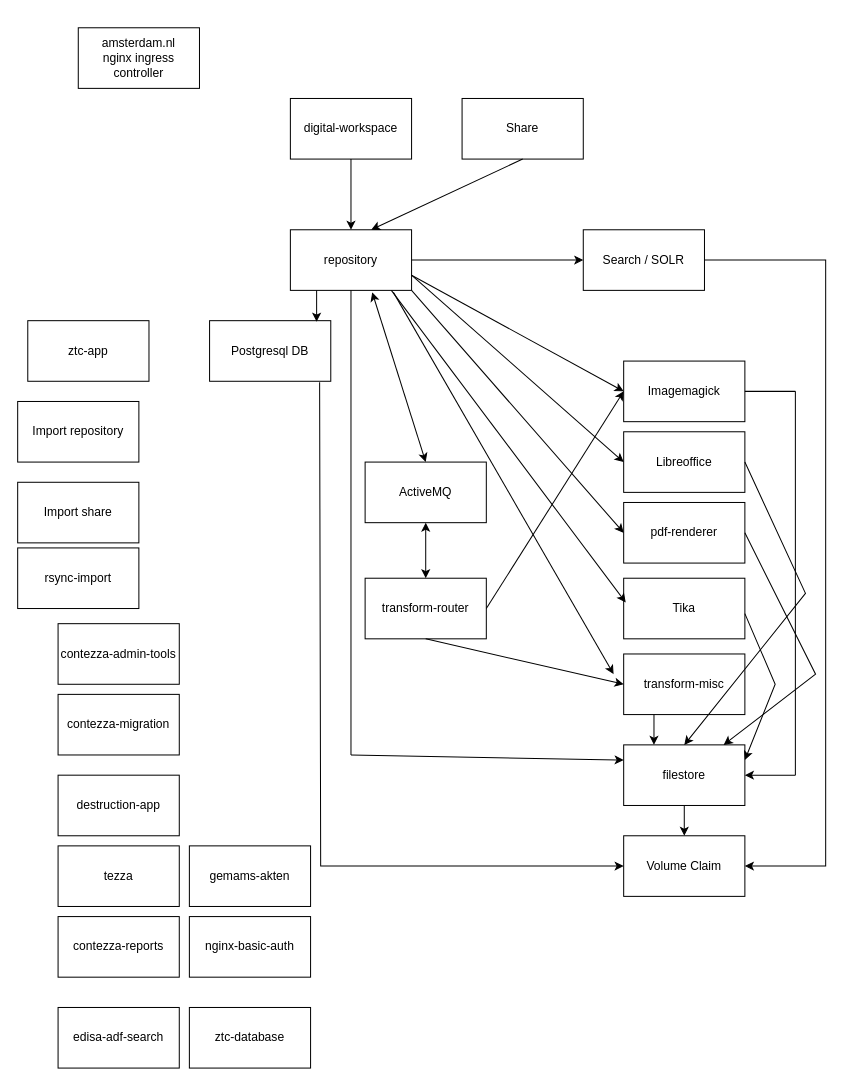
Above: Untitled Diagram.drawio in lobbrecht-capgemini/charts (draw.io), before the change. Source tidied: cells renumbered, new cells numbered last; positions are measured from the earlier drawing's top-left corner, leaving out a move shared by most shapes. Both pictures are drawn from the tidied source at 101%, with x=0, y=0 at pixel (17, 27).
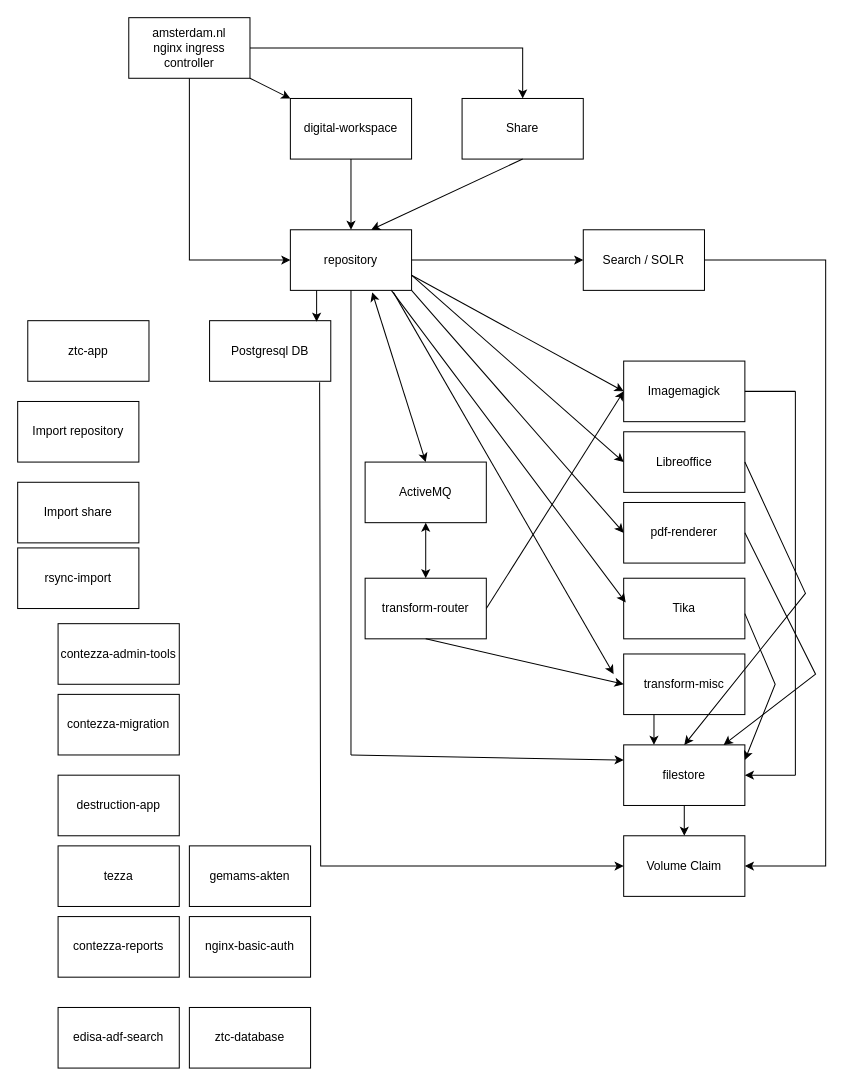
Above is the later version.

The change refers to these unchanged cells:
```xml
<mxCell id="2" value="Share" style="rounded=0;whiteSpace=wrap;html=1;" parent="1" vertex="1">
  <mxGeometry x="440" y="70" width="120" height="60" as="geometry" />
</mxCell>
<mxCell id="19" value="digital-workspace" style="rounded=0;whiteSpace=wrap;html=1;" parent="1" vertex="1">
  <mxGeometry x="270" y="70" width="120" height="60" as="geometry" />
</mxCell>
<mxCell id="28" value="repository" style="rounded=0;whiteSpace=wrap;html=1;" parent="1" vertex="1">
  <mxGeometry x="270" y="200" width="120" height="60" as="geometry" />
</mxCell>
```

Diff of the diagram source:
```diff
@@
     <mxCell id="54" value="amsterdam.nl&lt;br&gt;nginx ingress controller" style="rounded=0;whiteSpace=wrap;html=1;" parent="1" vertex="1">
-      <mxGeometry x="60" width="120" height="60" as="geometry" />
+      <mxGeometry x="110" y="-10" width="120" height="60" as="geometry" />
     </mxCell>
+    <mxCell id="55" style="endArrow=classic;html=1;rounded=0;entryX=0.5;entryY=0;entryDx=0;entryDy=0;" parent="1" edge="1" target="2">
+      <mxGeometry relative="1" as="geometry">
+        <mxPoint x="230" y="20" as="sourcePoint" />
+        <Array as="points">
+          <mxPoint x="500" y="20" />
+        </Array>
+      </mxGeometry>
+    </mxCell>
+    <mxCell id="56" style="endArrow=classic;html=1;rounded=0;entryX=0;entryY=0;entryDx=0;entryDy=0;exitX=1;exitY=1;exitDx=0;exitDy=0;" parent="1" edge="1" source="54" target="19">
+      <mxGeometry relative="1" as="geometry" />
+    </mxCell>
+    <mxCell id="57" style="endArrow=classic;html=1;rounded=0;exitX=0.5;exitY=1;exitDx=0;exitDy=0;entryX=0;entryY=0.5;entryDx=0;entryDy=0;" parent="1" edge="1" source="54" target="28">
+      <mxGeometry relative="1" as="geometry">
+        <Array as="points">
+          <mxPoint x="170" y="230" />
+        </Array>
+      </mxGeometry>
+    </mxCell>
```
